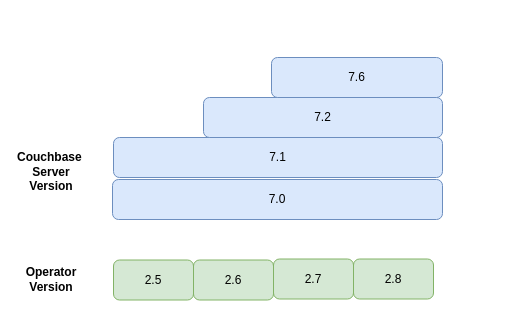
Earlier version of the draw.io diagram drawio-charts/cb-server-compat.drawio (couchbase/docs-operator). Source tidied: cells renumbered, new cells numbered last; positions are measured from the earlier drawing's top-left corner, leaving out a move shared by most shapes. Both pictures are drawn from the tidied source at 100%, with x=0, y=0 at pixel (31, 57).
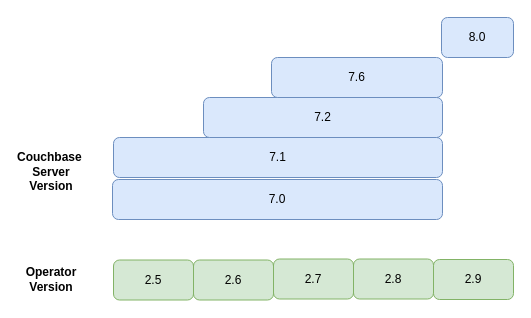
Above is the later version.

The edit, as a diff of the source:
```diff
@@
 <mxGraphModel>
   <root>
     <mxCell id="0" />
     <mxCell id="1" parent="0" />
     <mxCell id="2" value="&lt;div&gt;&lt;br&gt;&lt;/div&gt;&lt;div&gt;&lt;b&gt;Couchbase&amp;nbsp;&lt;/b&gt;&lt;/div&gt;&lt;div&gt;&lt;b&gt;Server&lt;/b&gt;&lt;/div&gt;&lt;div&gt;&lt;b&gt;Version&lt;br&gt;&lt;/b&gt;&lt;/div&gt;" style="text;html=1;strokeColor=none;fillColor=none;align=center;verticalAlign=middle;whiteSpace=wrap;rounded=0;rotation=0;" parent="1" vertex="1">
       <mxGeometry y="97" width="40" height="20" as="geometry" />
     </mxCell>
     <mxCell id="3" value="&lt;div&gt;&lt;b&gt;Operator&lt;/b&gt;&lt;/div&gt;&lt;div&gt;&lt;b&gt;Version&lt;/b&gt;&lt;/div&gt;" style="text;html=1;strokeColor=none;fillColor=none;align=center;verticalAlign=middle;whiteSpace=wrap;rounded=0;rotation=0;" parent="1" vertex="1">
       <mxGeometry y="212" width="40" height="20" as="geometry" />
     </mxCell>
     <mxCell id="4" value="7.0" style="rounded=1;whiteSpace=wrap;html=1;fillColor=#dae8fc;strokeColor=#6c8ebf;" parent="1" vertex="1">
       <mxGeometry x="81" y="122" width="330" height="40" as="geometry" />
     </mxCell>
     <mxCell id="5" value="7.1" style="rounded=1;whiteSpace=wrap;html=1;fillColor=#dae8fc;strokeColor=#6c8ebf;" parent="1" vertex="1">
       <mxGeometry x="82" y="80" width="329" height="40" as="geometry" />
     </mxCell>
     <mxCell id="6" value="7.2" style="rounded=1;whiteSpace=wrap;html=1;fillColor=#dae8fc;strokeColor=#6c8ebf;" parent="1" vertex="1">
       <mxGeometry x="172" y="40" width="239" height="40" as="geometry" />
     </mxCell>
     <mxCell id="7" value="2.5" style="rounded=1;whiteSpace=wrap;html=1;fillColor=#d5e8d4;strokeColor=#82b366;" parent="1" vertex="1">
       <mxGeometry x="82" y="202.5" width="80" height="40" as="geometry" />
     </mxCell>
     <mxCell id="8" value="2.6" style="rounded=1;whiteSpace=wrap;html=1;fillColor=#d5e8d4;strokeColor=#82b366;" parent="1" vertex="1">
       <mxGeometry x="162" y="202.5" width="80" height="40" as="geometry" />
     </mxCell>
     <mxCell id="9" value="2.7" style="rounded=1;whiteSpace=wrap;html=1;fillColor=#d5e8d4;strokeColor=#82b366;" parent="1" vertex="1">
       <mxGeometry x="242" y="201.5" width="80" height="40" as="geometry" />
     </mxCell>
     <mxCell id="10" value="7.6" style="rounded=1;whiteSpace=wrap;html=1;fillColor=#dae8fc;strokeColor=#6c8ebf;" parent="1" vertex="1">
       <mxGeometry x="240" width="171" height="40" as="geometry" />
     </mxCell>
     <mxCell id="11" value="2.8" style="rounded=1;whiteSpace=wrap;html=1;fillColor=#d5e8d4;strokeColor=#82b366;" parent="1" vertex="1">
       <mxGeometry x="322" y="201.5" width="80" height="40" as="geometry" />
     </mxCell>
+    <mxCell id="12" value="2.9" style="rounded=1;whiteSpace=wrap;html=1;fillColor=#d5e8d4;strokeColor=#82b366;" parent="1" vertex="1">
+      <mxGeometry x="402" y="202" width="80" height="40" as="geometry" />
+    </mxCell>
+    <mxCell id="13" value="8.0" style="rounded=1;whiteSpace=wrap;html=1;fillColor=#dae8fc;strokeColor=#6c8ebf;" parent="1" vertex="1">
+      <mxGeometry x="410" y="-40" width="72" height="40" as="geometry" />
+    </mxCell>
   </root>
 </mxGraphModel>
```
